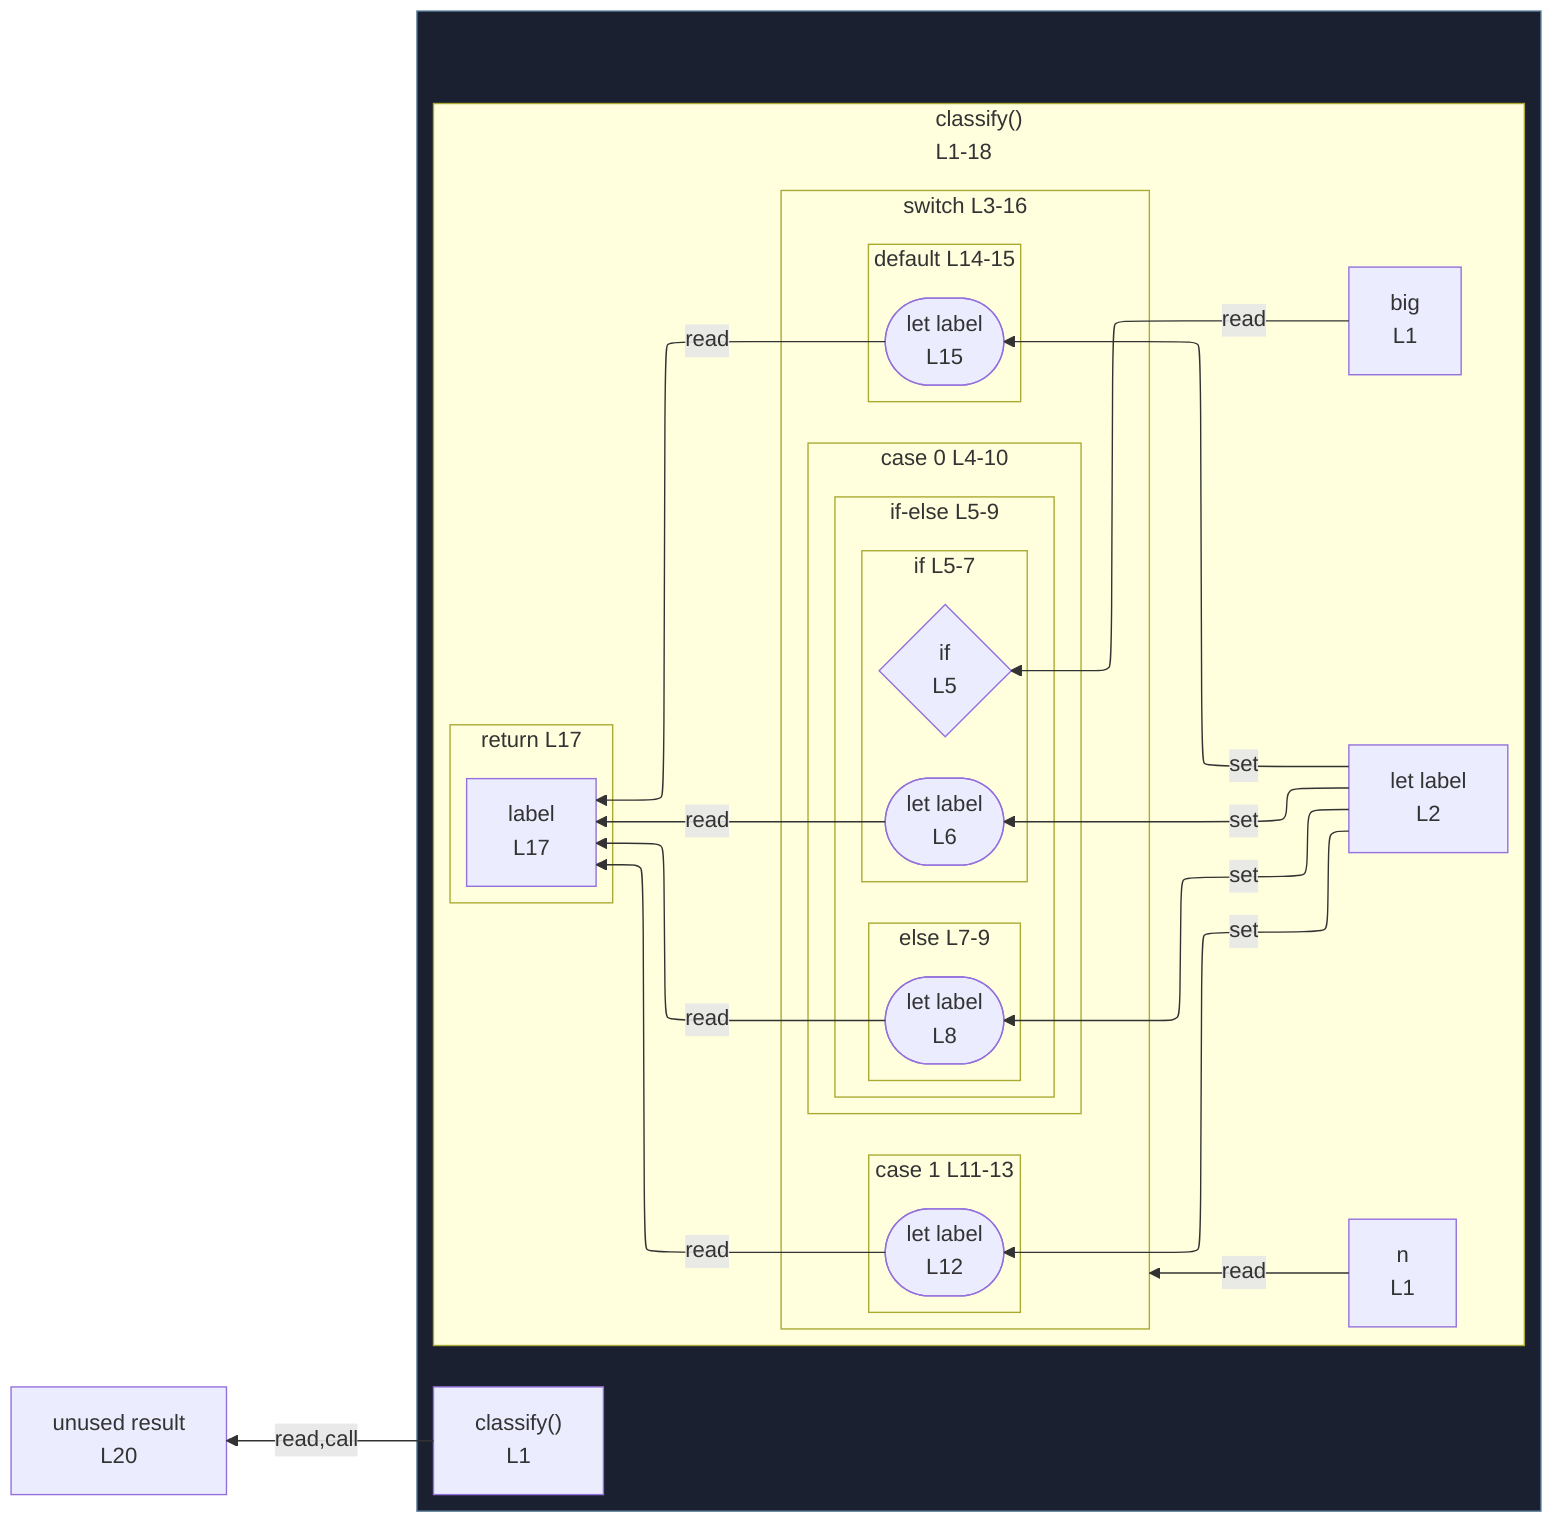
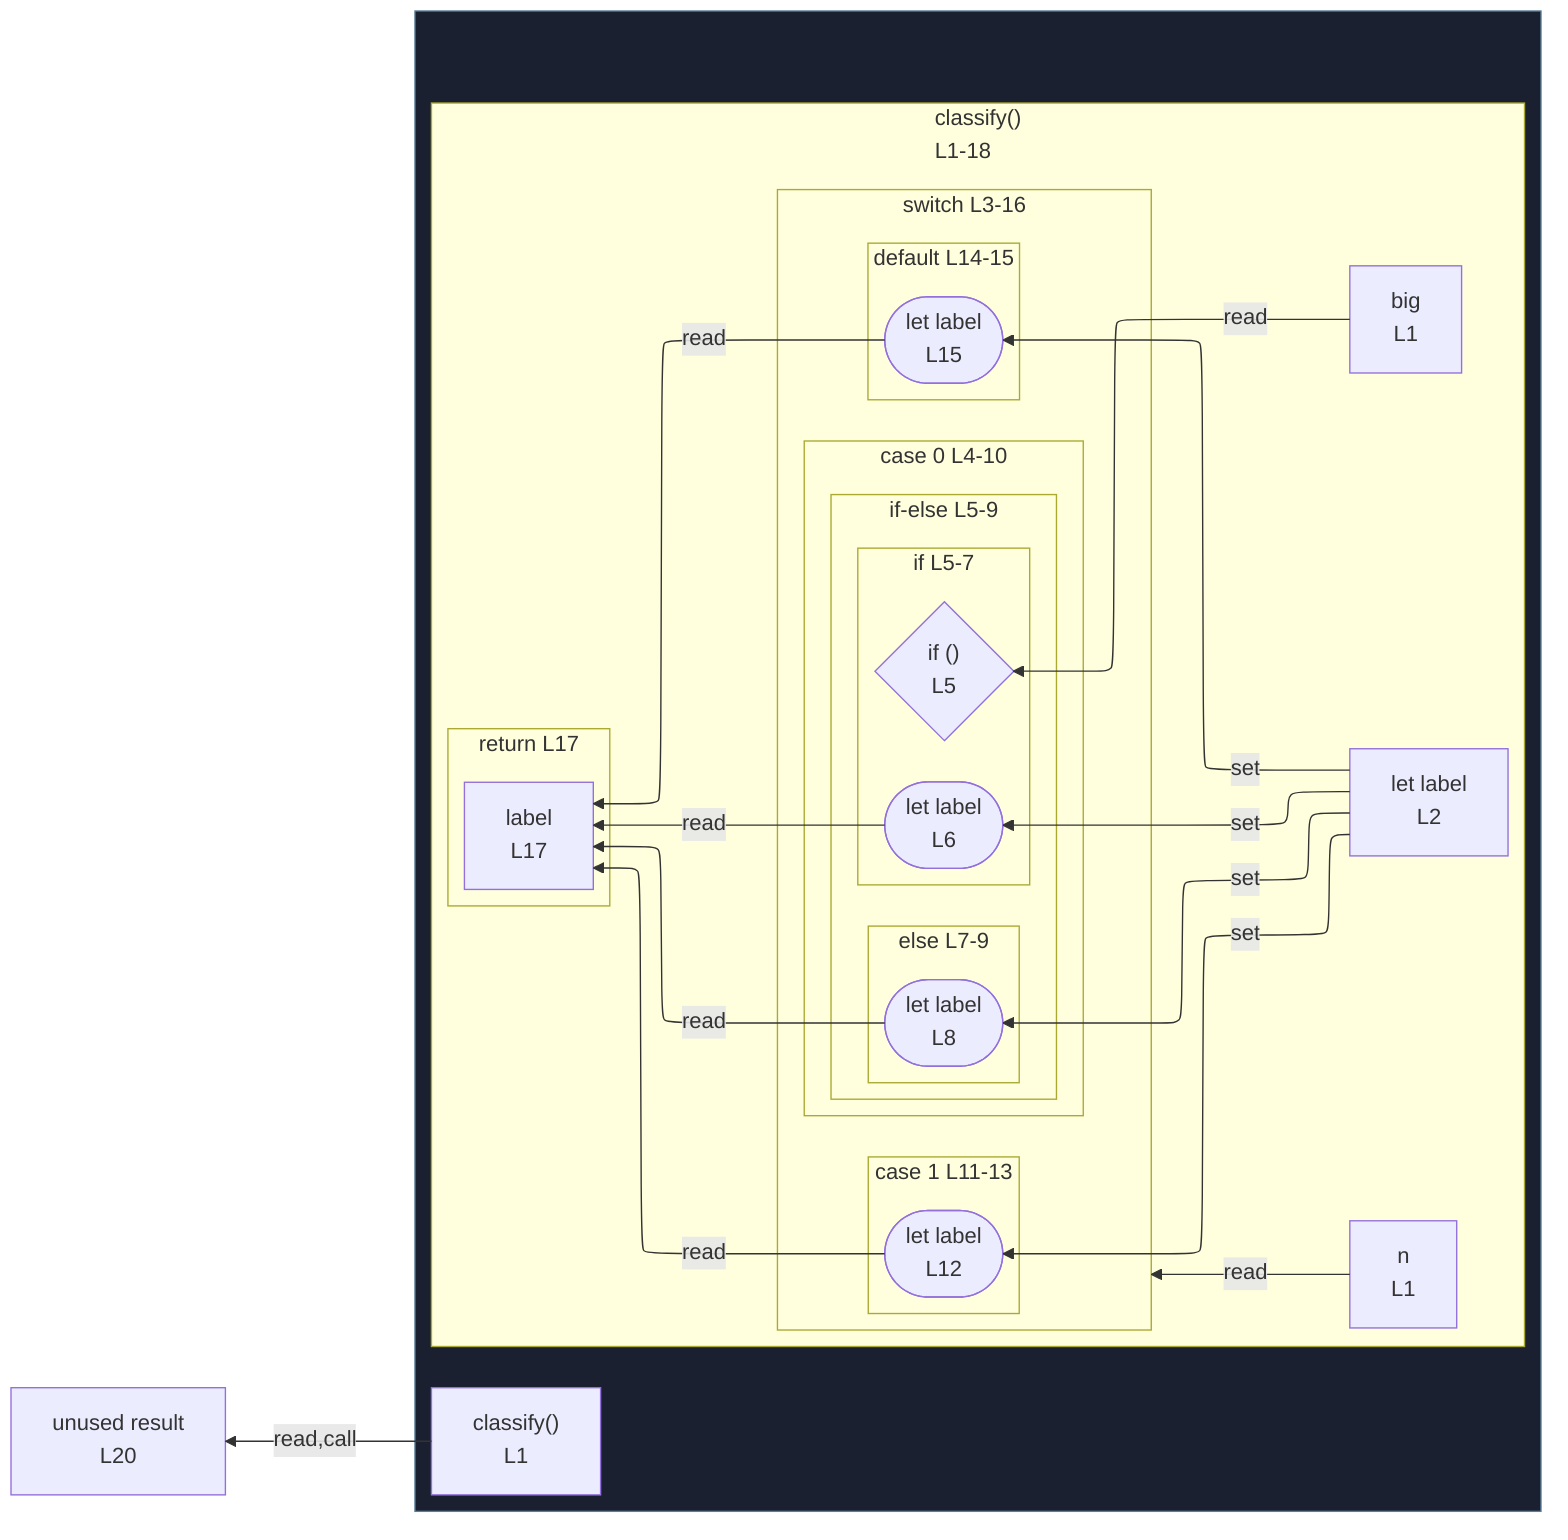
%%{init: {"flowchart": {"defaultRenderer": "elk"}}}%%
flowchart RL
  n_scope_0_result_307["unused result<br/>L20"]
  subgraph wrap_s_scope_1[" "]
    direction TB
    n_scope_0_classify_9["classify()<br/>L1"]
    subgraph s_scope_1["classify()<br/>L1-18"]
      direction RL
      n_scope_1_n_18["n<br/>L1"]
      n_scope_1_big_29["big<br/>L1"]
      n_scope_1_label_51["let label<br/>L2"]
      subgraph s_scope_2["switch L3-16"]
        direction RL
        subgraph s_scope_3["case 0 L4-10"]
          direction RL
          subgraph cont_if_scope_3_91["if-else L5-9"]
            direction RL
            subgraph s_scope_4["if L5-7"]
              direction RL
-               if_test_scope_3_91{"if<br/>L5"}
+               if_test_scope_3_91{"if ()<br/>L5"}
              wr_ref_2(["let label<br/>L6"])
            end
            subgraph s_scope_5["else L7-9"]
              direction RL
              wr_ref_3(["let label<br/>L8"])
            end
          end
        end
        subgraph s_scope_6["case 1 L11-13"]
          direction RL
          wr_ref_4(["let label<br/>L12"])
        end
        subgraph s_scope_7["default L14-15"]
          direction RL
          wr_ref_5(["let label<br/>L15"])
        end
      end
      subgraph s_return_scope_0_classify_9_284_297["return L17"]
        direction RL
        ret_use_ref_6["label<br/>L17"]
      end
    end
  end
  n_scope_1_label_51 -->|set| wr_ref_2
  n_scope_1_label_51 -->|set| wr_ref_3
  n_scope_1_label_51 -->|set| wr_ref_4
  n_scope_1_label_51 -->|set| wr_ref_5
  n_scope_1_n_18 -->|read| s_scope_2
  n_scope_1_big_29 -->|read| if_test_scope_3_91
  wr_ref_2 -->|read| ret_use_ref_6
  wr_ref_3 -->|read| ret_use_ref_6
  wr_ref_4 -->|read| ret_use_ref_6
  wr_ref_5 -->|read| ret_use_ref_6
  n_scope_0_classify_9 -->|read,call| n_scope_0_result_307
  classDef fnWrap fill:#1a2030,stroke:#5a7d99;
  class wrap_s_scope_1 fnWrap;
